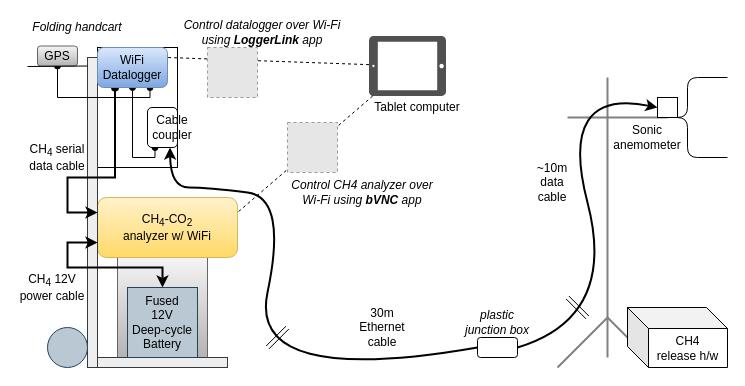
The draw.io diagram img/hardware.drawio in patricktokeeffe/ch4-plume-study, before the edit. Source tidied: cells renumbered, new cells numbered last; positions are measured from the earlier drawing's top-left corner, leaving out a move shared by most shapes. Both pictures are drawn from the tidied source at 100%, with x=0, y=0 at pixel (17, 17). Pictures stored in the file or linked from it are replaced by grey dashed boxes.
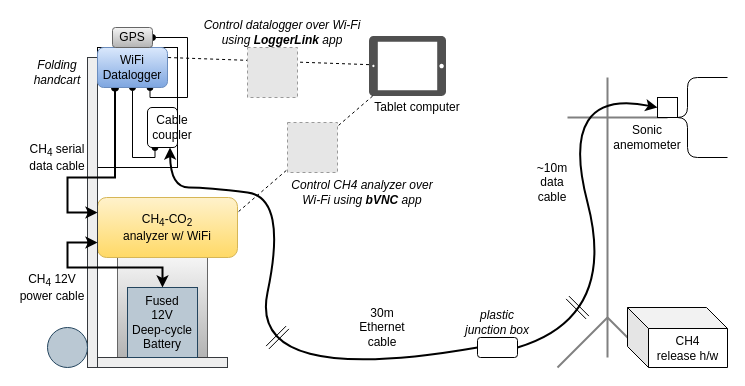
After the change.

Unchanged cells that the change refers to:
```xml
<mxCell id="11" value="WiFi&lt;br&gt;Datalogger&lt;br&gt;" style="rounded=1;whiteSpace=wrap;html=1;fillColor=#dae8fc;strokeColor=#6c8ebf;gradientColor=#7ea6e0;" parent="1" vertex="1">
  <mxGeometry x="80" y="30" width="70" height="40" as="geometry" />
</mxCell>
```

Change to the diagram source:
```diff
@@
-    <mxCell id="8" style="edgeStyle=orthogonalEdgeStyle;rounded=0;html=1;exitX=0.5;exitY=1;exitDx=0;exitDy=0;jettySize=auto;endArrow=oval;endFill=1;startArrow=oval;startFill=1;entryX=0.75;entryY=1;entryDx=0;entryDy=0;" parent="1" edge="1" source="12" target="11">
+    <mxCell id="8" style="edgeStyle=orthogonalEdgeStyle;rounded=0;html=1;exitX=1;exitY=0.5;exitDx=0;exitDy=0;jettySize=auto;endArrow=oval;endFill=1;startArrow=oval;startFill=1;entryX=0.75;entryY=1;entryDx=0;entryDy=0;" parent="1" edge="1" source="12" target="11">
       <mxGeometry relative="1" as="geometry">
         <Array as="points">
-          <mxPoint x="40" y="80" />
-          <mxPoint x="133" y="80" />
+          <mxPoint x="170" y="20" />
+          <mxPoint x="170" y="80" />
+          <mxPoint x="132" y="80" />
         </Array>
       </mxGeometry>
     </mxCell>
@@
     <mxCell id="12" value="GPS" style="rounded=1;whiteSpace=wrap;html=1;fillColor=#f5f5f5;strokeColor=#666666;gradientColor=#b3b3b3;" parent="1" vertex="1">
-      <mxGeometry x="20" y="28.5" width="40" height="20" as="geometry" />
+      <mxGeometry x="95" y="10" width="40" height="20" as="geometry" />
     </mxCell>
@@
     <mxCell id="17" value="Folding handcart" style="text;html=1;strokeColor=none;fillColor=none;align=center;verticalAlign=middle;whiteSpace=wrap;rounded=0;fontStyle=2;" parent="1" vertex="1">
-      <mxGeometry x="10" width="100" height="20" as="geometry" />
+      <mxGeometry x="10" y="40" width="60" height="30" as="geometry" />
     </mxCell>
@@
     <mxCell id="40" style="fillColor=#E6E6E6;strokeColor=#999999;dashed=1;" parent="1" vertex="1">
-      <mxGeometry x="190" y="30" width="50" height="50" as="geometry" />
+      <mxGeometry x="230" y="30" width="50" height="50" as="geometry" />
     </mxCell>
     <mxCell id="41" value="&lt;i&gt;Control datalogger over Wi-Fi using &lt;b&gt;LoggerLink&lt;/b&gt;&amp;nbsp;app&lt;/i&gt;&lt;br&gt;" style="text;html=1;strokeColor=none;fillColor=none;align=center;verticalAlign=middle;whiteSpace=wrap;rounded=0;" parent="1" vertex="1">
-      <mxGeometry x="160" width="170" height="30" as="geometry" />
+      <mxGeometry x="180" width="170" height="30" as="geometry" />
     </mxCell>
-    <mxCell id="42" style="endArrow=none;html=1;" parent="1" edge="1">
-      <mxGeometry relative="1" as="geometry">
-        <mxPoint x="70" y="48.5" as="sourcePoint" />
-        <mxPoint x="10" y="49" as="targetPoint" />
-      </mxGeometry>
-    </mxCell>
```
